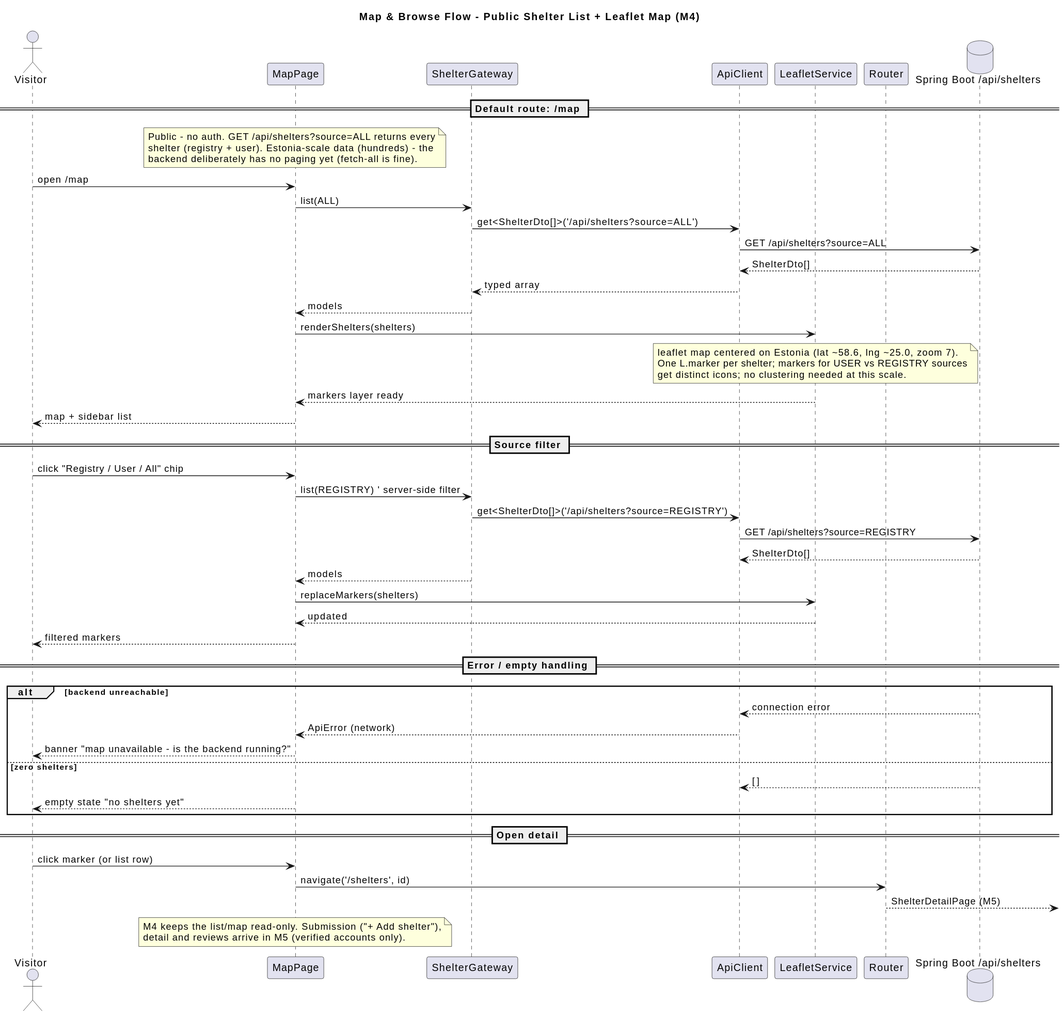
Above: frontend/docs/out/04-map-browse-flow.svg in Bro223/OpenShelter (PlantUML), before the change.
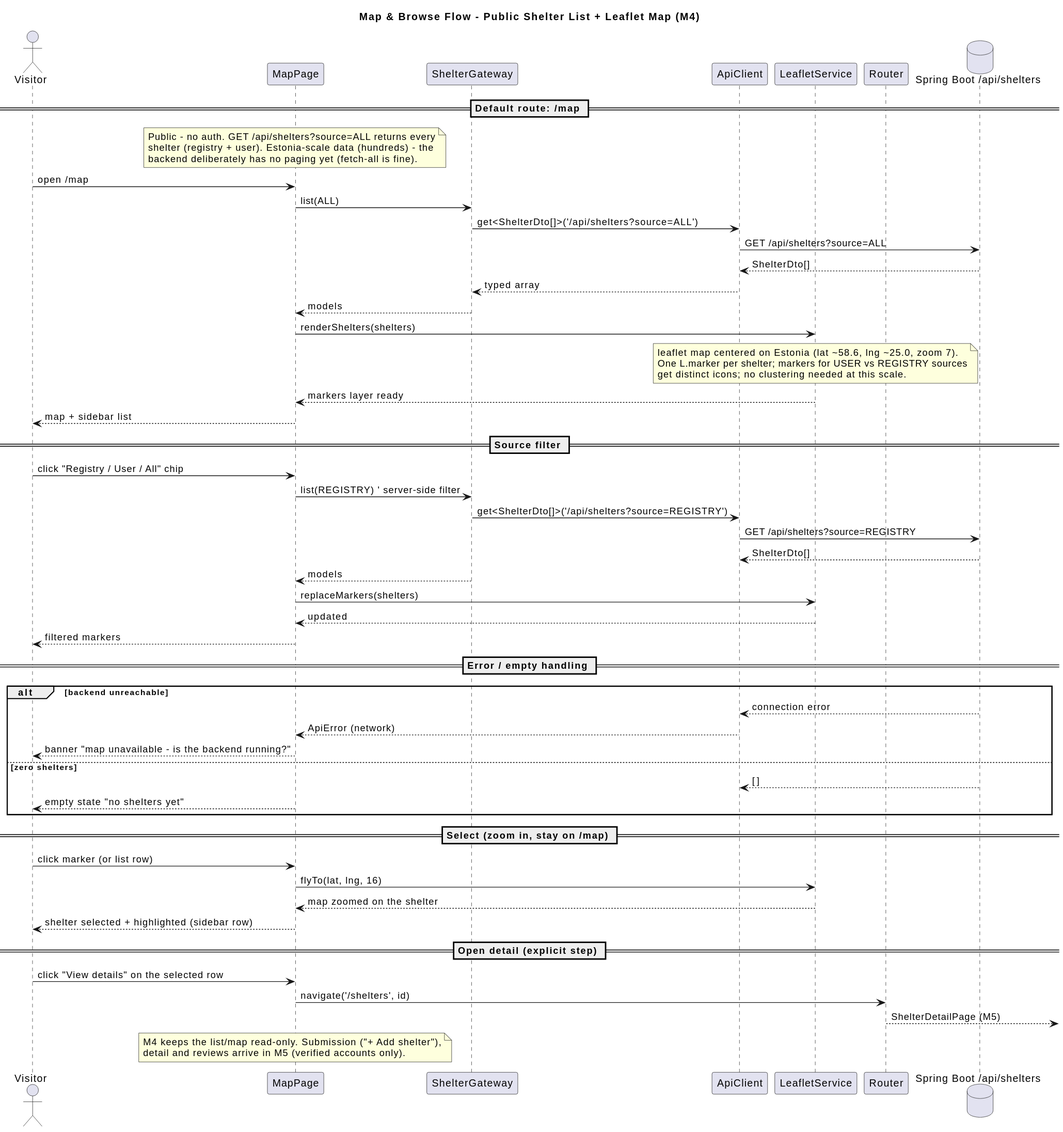
After the commit.

The edit, as a diff of the source:
```diff
@@ -53,8 +53,14 @@
   MP --> Visitor : empty state "no shelters yet"
 end
 
-== Open detail ==
+== Select (zoom in, stay on /map) ==
 Visitor -> MP : click marker (or list row)
+MP -> LS : flyTo(lat, lng, 16)
+LS --> MP : map zoomed on the shelter
+MP --> Visitor : shelter selected + highlighted (sidebar row)
+
+== Open detail (explicit step) ==
+Visitor -> MP : click "View details" on the selected row
 MP -> R : navigate('/shelters', id)
 R --> : ShelterDetailPage (M5)
 
```
